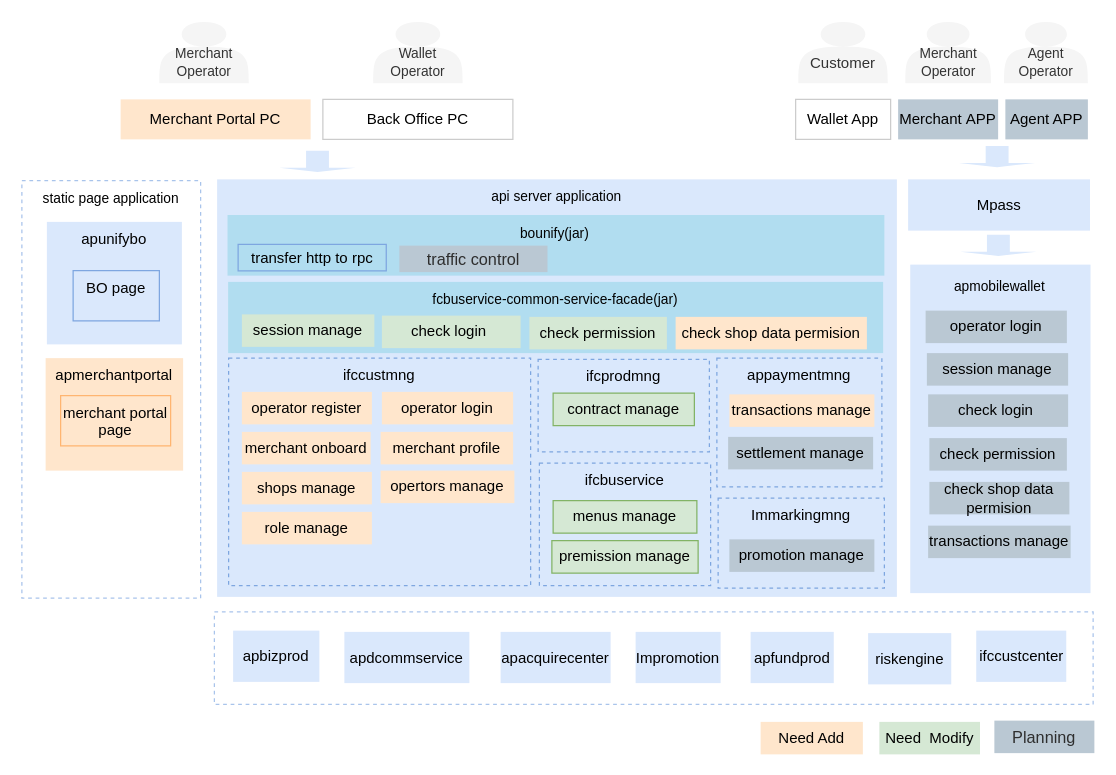
This is page "架构图" (1 of 4) of Merchant portal.drawio from renqiuming/drawio, a draw.io file, before an edit. Source tidied: cells renumbered, new cells numbered last; positions are measured from the earlier drawing's top-left corner, leaving out a move shared by most shapes. Both pictures are drawn from the tidied source at 125%, with x=0, y=0 at pixel (21, 21).
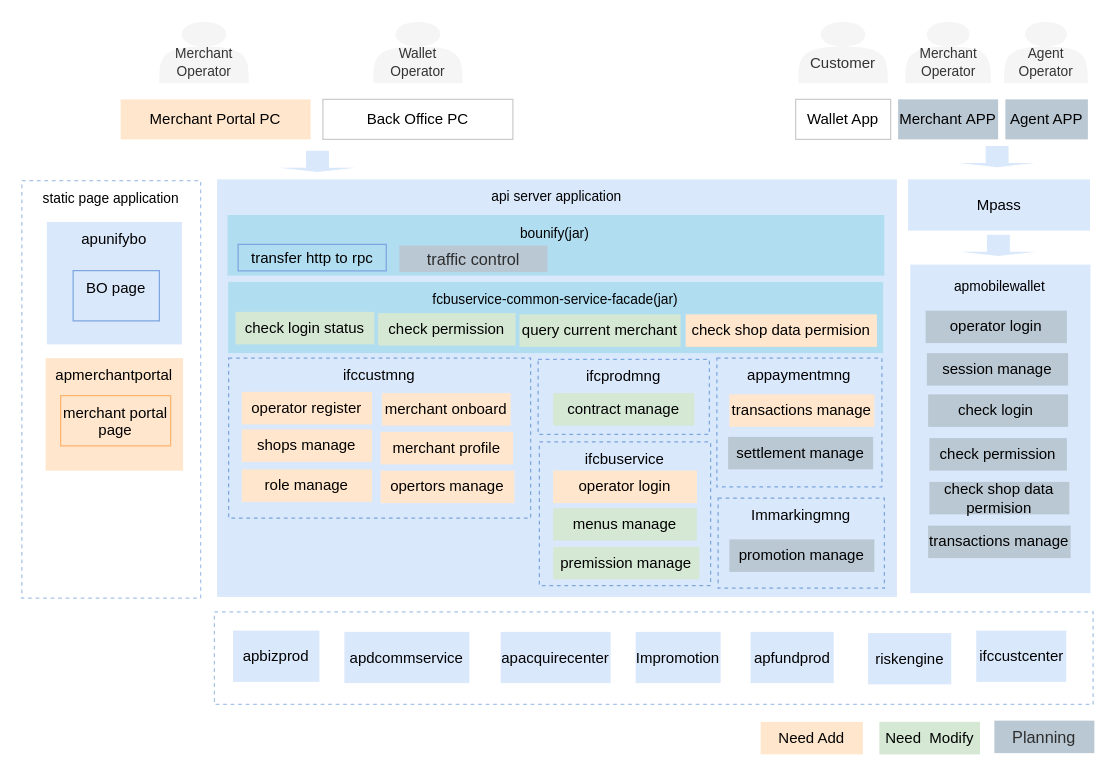
After the change.

What changed in the source:
```diff
@@
     <mxCell id="6" value="ifccustmng" style="rounded=0;whiteSpace=wrap;html=1;fillColor=none;strokeColor=#7EA6E0;dashed=1;verticalAlign=top;" parent="1" vertex="1">
-      <mxGeometry x="165.4" y="269" width="241.6" height="182" as="geometry" />
+      <mxGeometry x="165.4" y="269" width="241.6" height="128" as="geometry" />
     </mxCell>
@@
     <mxCell id="9" value="ifcbuservice" style="rounded=0;whiteSpace=wrap;html=1;fillColor=none;strokeColor=#7EA6E0;dashed=1;verticalAlign=top;" parent="1" vertex="1">
-      <mxGeometry x="414" y="353" width="137" height="98" as="geometry" />
+      <mxGeometry x="414" y="336" width="137" height="115" as="geometry" />
     </mxCell>
@@
     <mxCell id="14" value="ifcprodmng" style="rounded=0;whiteSpace=wrap;html=1;fillColor=none;strokeColor=#7EA6E0;dashed=1;align=center;horizontal=1;verticalAlign=top;" parent="1" vertex="1">
-      <mxGeometry x="413" y="270" width="137" height="74" as="geometry" />
+      <mxGeometry x="413" y="270" width="137" height="60" as="geometry" />
     </mxCell>
@@
-    <mxCell id="31" value="session manage" style="rounded=0;whiteSpace=wrap;html=1;fillColor=#d5e8d4;strokeColor=none;" parent="1" vertex="1">
-      <mxGeometry x="176" y="234" width="106" height="26" as="geometry" />
+    <mxCell id="31" value="query current merchant" style="rounded=0;whiteSpace=wrap;html=1;fillColor=#d5e8d4;strokeColor=none;" parent="1" vertex="1">
+      <mxGeometry x="398" y="234" width="129" height="26" as="geometry" />
     </mxCell>
@@
     <mxCell id="33" value="check shop data permision" style="rounded=0;whiteSpace=wrap;html=1;fillColor=#ffe6cc;strokeColor=none;" parent="1" vertex="1">
-      <mxGeometry x="523" y="236" width="153" height="26" as="geometry" />
+      <mxGeometry x="531" y="234" width="153" height="26" as="geometry" />
     </mxCell>
@@
     <mxCell id="48" value="operator login" style="rounded=0;whiteSpace=wrap;html=1;fillColor=#ffe6cc;strokeColor=none;" parent="1" vertex="1">
-      <mxGeometry x="288" y="296" width="105" height="26" as="geometry" />
+      <mxGeometry x="425" y="359" width="115" height="26" as="geometry" />
     </mxCell>
@@
     <mxCell id="50" value="merchant onboard" style="rounded=0;whiteSpace=wrap;html=1;fillColor=#ffe6cc;strokeColor=none;" parent="1" vertex="1">
-      <mxGeometry x="176" y="328" width="103" height="26" as="geometry" />
+      <mxGeometry x="288" y="297" width="103" height="26" as="geometry" />
     </mxCell>
     <mxCell id="51" value="shops manage" style="rounded=0;whiteSpace=wrap;html=1;fillColor=#ffe6cc;strokeColor=none;" parent="1" vertex="1">
-      <mxGeometry x="176" y="360" width="104" height="26" as="geometry" />
+      <mxGeometry x="176" y="326" width="104" height="26" as="geometry" />
     </mxCell>
-    <mxCell id="52" value="contract manage" style="rounded=0;whiteSpace=wrap;html=1;fillColor=#d5e8d4;strokeColor=#82b366;" parent="1" vertex="1">
+    <mxCell id="52" value="contract manage" style="rounded=0;whiteSpace=wrap;html=1;fillColor=#d5e8d4;strokeColor=none;" parent="1" vertex="1">
       <mxGeometry x="425" y="297" width="113" height="26" as="geometry" />
     </mxCell>
@@
-    <mxCell id="55" value="menus manage" style="rounded=0;whiteSpace=wrap;html=1;fillColor=#d5e8d4;strokeColor=#82b366;" parent="1" vertex="1">
-      <mxGeometry x="425" y="383" width="115" height="26" as="geometry" />
+    <mxCell id="55" value="menus manage" style="rounded=0;whiteSpace=wrap;html=1;fillColor=#d5e8d4;strokeColor=none;" parent="1" vertex="1">
+      <mxGeometry x="425" y="389" width="115" height="26" as="geometry" />
     </mxCell>
@@
     <mxCell id="60" value="role manage" style="rounded=0;whiteSpace=wrap;html=1;fillColor=#ffe6cc;strokeColor=none;" parent="1" vertex="1">
-      <mxGeometry x="176" y="392" width="104" height="26" as="geometry" />
+      <mxGeometry x="176" y="358" width="104" height="26" as="geometry" />
     </mxCell>
@@
-    <mxCell id="64" value="check login&amp;nbsp;" style="rounded=0;whiteSpace=wrap;html=1;fillColor=#d5e8d4;strokeColor=none;" parent="1" vertex="1">
-      <mxGeometry x="288" y="235" width="111" height="26" as="geometry" />
+    <mxCell id="64" value="check login status" style="rounded=0;whiteSpace=wrap;html=1;fillColor=#d5e8d4;strokeColor=none;" parent="1" vertex="1">
+      <mxGeometry x="171" y="232" width="111" height="26" as="geometry" />
     </mxCell>
     <mxCell id="65" value="check permission" style="rounded=0;whiteSpace=wrap;html=1;fillColor=#d5e8d4;strokeColor=none;" parent="1" vertex="1">
-      <mxGeometry x="406" y="236" width="110" height="26" as="geometry" />
+      <mxGeometry x="285" y="233" width="110" height="26" as="geometry" />
     </mxCell>
-    <mxCell id="66" value="premission manage" style="rounded=0;whiteSpace=wrap;html=1;fillColor=#d5e8d4;strokeColor=#82b366;" parent="1" vertex="1">
-      <mxGeometry x="424" y="415" width="117" height="26" as="geometry" />
+    <mxCell id="66" value="premission manage" style="rounded=0;whiteSpace=wrap;html=1;fillColor=#d5e8d4;strokeColor=none;" parent="1" vertex="1">
+      <mxGeometry x="425" y="420" width="117" height="26" as="geometry" />
     </mxCell>
```
